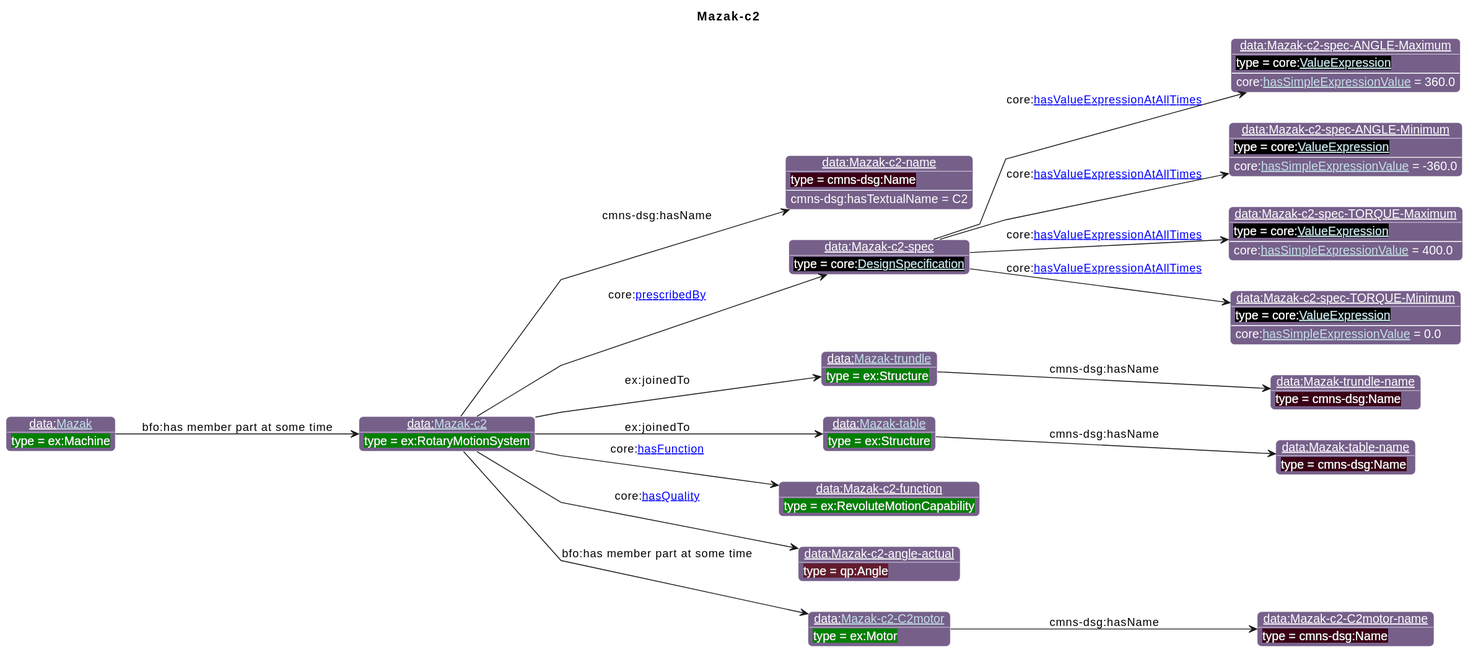
This is diagrams/Mazak-c2.svg from iofoundry/example-syseng-mtconnect, a PlantUML export, as it was before one commit.
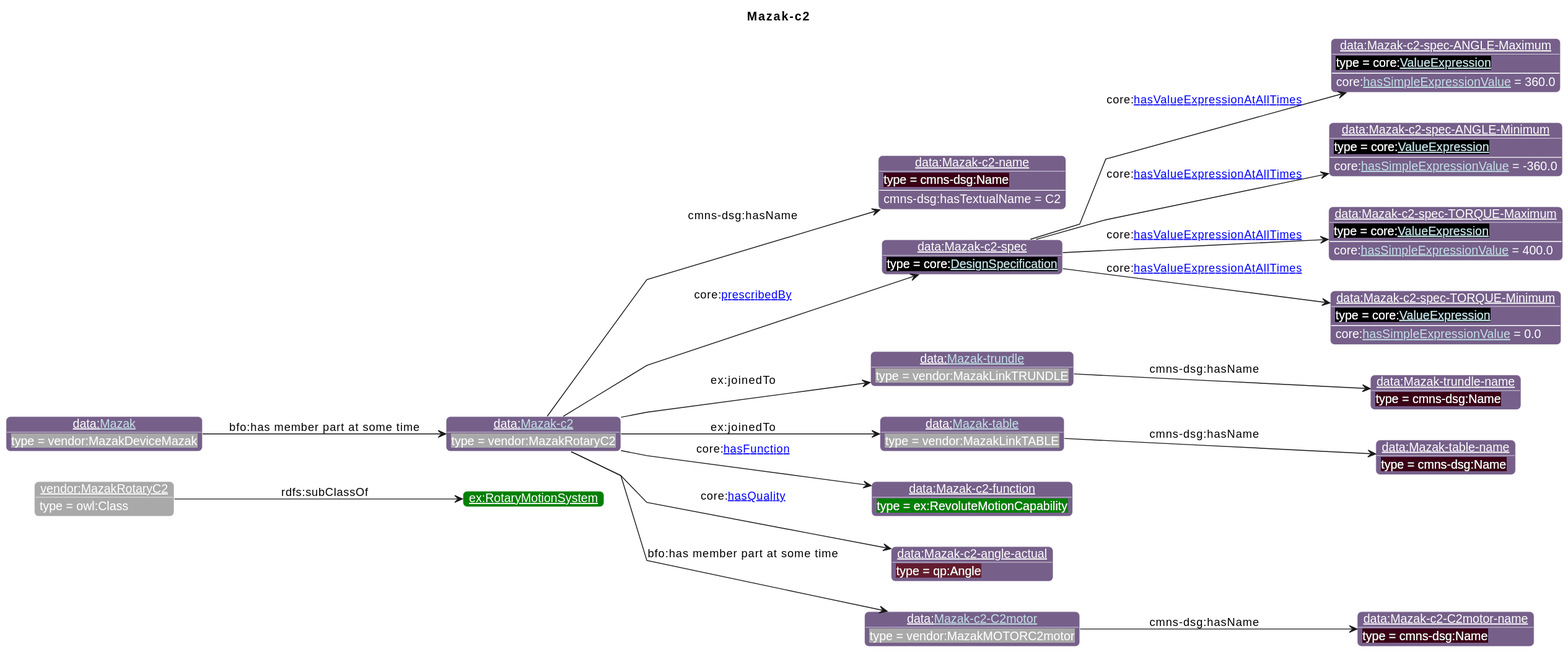
Later version of the same file.

What changed in the source:
```diff
@@ -19,40 +19,43 @@
                       "ns1":"76608A",
 "ex":"Green","data":"76608A","core":"000000","units":"8A2D3B","qp":"641B2E","cmns-dsg":"3A0519"
 }
-individual(o1, data:[[./Mazak-c2.html Mazak-c2]], ex:RotaryMotionSystem)
-individual(o2, data:Mazak-c2-name, cmns-dsg:Name)
-individual(o3, data:Mazak-c2-spec, core:[[https://spec.industrialontologies.org/ontology/core/Core/DesignSpecification DesignSpecification]])
-individual(o4, data:Mazak-c2-spec-ANGLE-Maximum, core:[[https://spec.industrialontologies.org/ontology/core/Core/ValueExpression ValueExpression]])
-individual(o5, data:Mazak-c2-spec-ANGLE-Minimum, core:[[https://spec.industrialontologies.org/ontology/core/Core/ValueExpression ValueExpression]])
-individual(o6, data:Mazak-c2-spec-TORQUE-Maximum, core:[[https://spec.industrialontologies.org/ontology/core/Core/ValueExpression ValueExpression]])
-individual(o7, data:Mazak-c2-spec-TORQUE-Minimum, core:[[https://spec.industrialontologies.org/ontology/core/Core/ValueExpression ValueExpression]])
-individual(o8, data:[[./Mazak-trundle.html Mazak-trundle]], ex:Structure)
-individual(o9, data:Mazak-trundle-name, cmns-dsg:Name)
-individual(o10, data:[[./Mazak-table.html Mazak-table]], ex:Structure)
-individual(o11, data:Mazak-table-name, cmns-dsg:Name)
-individual(o12, data:Mazak-c2-function, ex:RevoluteMotionCapability)
-individual(o13, data:Mazak-c2-angle-actual, qp:Angle)
-individual(o14, data:[[./Mazak-c2-C2motor.html Mazak-c2-C2motor]], ex:Motor)
-individual(o15, data:Mazak-c2-C2motor-name, cmns-dsg:Name)
-individual(o16, data:[[./Mazak.html Mazak]], ex:Machine)
-property(o1, cmns-dsg:hasName, o2)
-data(o2, cmns-dsg:hasTextualName, C2)
-property(o1, core:[[https://spec.industrialontologies.org/ontology/core/Core/prescribedBy prescribedBy]], o3)
-property(o3, core:[[https://spec.industrialontologies.org/ontology/core/Core/hasValueExpressionAtAllTimes hasValueExpressionAtAllTimes]], o4)
-data(o4, core:[[https://spec.industrialontologies.org/ontology/core/Core/hasSimpleExpressionValue hasSimpleExpressionValue]], 360.0)
-property(o3, core:[[https://spec.industrialontologies.org/ontology/core/Core/hasValueExpressionAtAllTimes hasValueExpressionAtAllTimes]], o5)
-data(o5, core:[[https://spec.industrialontologies.org/ontology/core/Core/hasSimpleExpressionValue hasSimpleExpressionValue]], -360.0)
-property(o3, core:[[https://spec.industrialontologies.org/ontology/core/Core/hasValueExpressionAtAllTimes hasValueExpressionAtAllTimes]], o6)
-data(o6, core:[[https://spec.industrialontologies.org/ontology/core/Core/hasSimpleExpressionValue hasSimpleExpressionValue]], 400.0)
-property(o3, core:[[https://spec.industrialontologies.org/ontology/core/Core/hasValueExpressionAtAllTimes hasValueExpressionAtAllTimes]], o7)
-data(o7, core:[[https://spec.industrialontologies.org/ontology/core/Core/hasSimpleExpressionValue hasSimpleExpressionValue]], 0.0)
-property(o1, ex:joinedTo, o8)
-property(o8, cmns-dsg:hasName, o9)
-property(o1, ex:joinedTo, o10)
+individual(o1, vendor:MazakRotaryC2, owl:Class)
+individual(o2, ex:RotaryMotionSystem)
+individual(o3, data:[[./Mazak-c2.html Mazak-c2]], vendor:MazakRotaryC2)
+individual(o4, data:Mazak-c2-name, cmns-dsg:Name)
+individual(o5, data:Mazak-c2-spec, core:[[https://spec.industrialontologies.org/ontology/core/Core/DesignSpecification DesignSpecification]])
+individual(o6, data:Mazak-c2-spec-ANGLE-Maximum, core:[[https://spec.industrialontologies.org/ontology/core/Core/ValueExpression ValueExpression]])
+individual(o7, data:Mazak-c2-spec-ANGLE-Minimum, core:[[https://spec.industrialontologies.org/ontology/core/Core/ValueExpression ValueExpression]])
+individual(o8, data:Mazak-c2-spec-TORQUE-Maximum, core:[[https://spec.industrialontologies.org/ontology/core/Core/ValueExpression ValueExpression]])
+individual(o9, data:Mazak-c2-spec-TORQUE-Minimum, core:[[https://spec.industrialontologies.org/ontology/core/Core/ValueExpression ValueExpression]])
+individual(o10, data:[[./Mazak-trundle.html Mazak-trundle]], vendor:MazakLinkTRUNDLE)
+individual(o11, data:Mazak-trundle-name, cmns-dsg:Name)
+individual(o12, data:[[./Mazak-table.html Mazak-table]], vendor:MazakLinkTABLE)
+individual(o13, data:Mazak-table-name, cmns-dsg:Name)
+individual(o14, data:Mazak-c2-function, ex:RevoluteMotionCapability)
+individual(o15, data:Mazak-c2-angle-actual, qp:Angle)
+individual(o16, data:[[./Mazak-c2-C2motor.html Mazak-c2-C2motor]], vendor:MazakMOTORC2motor)
+individual(o17, data:Mazak-c2-C2motor-name, cmns-dsg:Name)
+individual(o18, data:[[./Mazak.html Mazak]], vendor:MazakDeviceMazak)
+property(o1, rdfs:subClassOf, o2)
+property(o3, cmns-dsg:hasName, o4)
+data(o4, cmns-dsg:hasTextualName, C2)
+property(o3, core:[[https://spec.industrialontologies.org/ontology/core/Core/prescribedBy prescribedBy]], o5)
+property(o5, core:[[https://spec.industrialontologies.org/ontology/core/Core/hasValueExpressionAtAllTimes hasValueExpressionAtAllTimes]], o6)
+data(o6, core:[[https://spec.industrialontologies.org/ontology/core/Core/hasSimpleExpressionValue hasSimpleExpressionValue]], 360.0)
+property(o5, core:[[https://spec.industrialontologies.org/ontology/core/Core/hasValueExpressionAtAllTimes hasValueExpressionAtAllTimes]], o7)
+data(o7, core:[[https://spec.industrialontologies.org/ontology/core/Core/hasSimpleExpressionValue hasSimpleExpressionValue]], -360.0)
+property(o5, core:[[https://spec.industrialontologies.org/ontology/core/Core/hasValueExpressionAtAllTimes hasValueExpressionAtAllTimes]], o8)
+data(o8, core:[[https://spec.industrialontologies.org/ontology/core/Core/hasSimpleExpressionValue hasSimpleExpressionValue]], 400.0)
+property(o5, core:[[https://spec.industrialontologies.org/ontology/core/Core/hasValueExpressionAtAllTimes hasValueExpressionAtAllTimes]], o9)
+data(o9, core:[[https://spec.industrialontologies.org/ontology/core/Core/hasSimpleExpressionValue hasSimpleExpressionValue]], 0.0)
+property(o3, ex:joinedTo, o10)
 property(o10, cmns-dsg:hasName, o11)
-property(o1, core:[[https://spec.industrialontologies.org/ontology/core/Core/hasFunction hasFunction]], o12)
-property(o1, core:[[https://spec.industrialontologies.org/ontology/core/Core/hasQuality hasQuality]], o13)
-property(o1, "bfo:has member part at some time", o14)
-property(o14, cmns-dsg:hasName, o15)
-property(o16, "bfo:has member part at some time", o1)
+property(o3, ex:joinedTo, o12)
+property(o12, cmns-dsg:hasName, o13)
+property(o3, core:[[https://spec.industrialontologies.org/ontology/core/Core/hasFunction hasFunction]], o14)
+property(o3, core:[[https://spec.industrialontologies.org/ontology/core/Core/hasQuality hasQuality]], o15)
+property(o3, "bfo:has member part at some time", o16)
+property(o16, cmns-dsg:hasName, o17)
+property(o18, "bfo:has member part at some time", o3)
 @enduml
```
